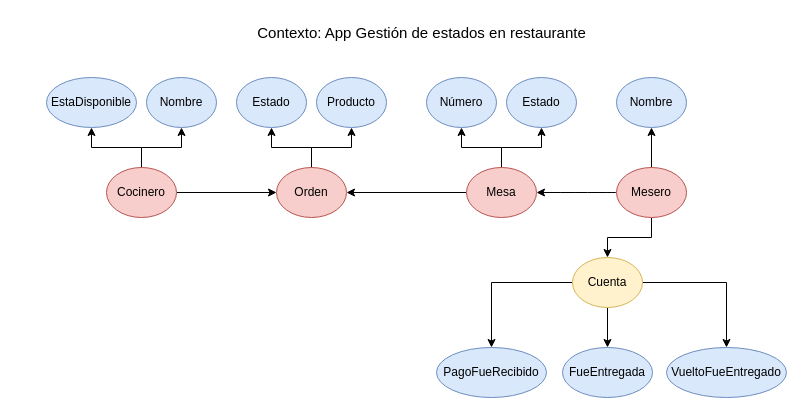
Before: page "Context" (2 of 3) of DDD Restaurante - Christian Britos.drawio in xtianbritos/C1-2023-DDD-Uruguay, a draw.io diagram. Source tidied: cells renumbered, new cells numbered last; positions are measured from the earlier drawing's top-left corner, leaving out a move shared by most shapes. Both pictures are drawn from the tidied source at 100%, with x=0, y=0 at pixel (46, 17).
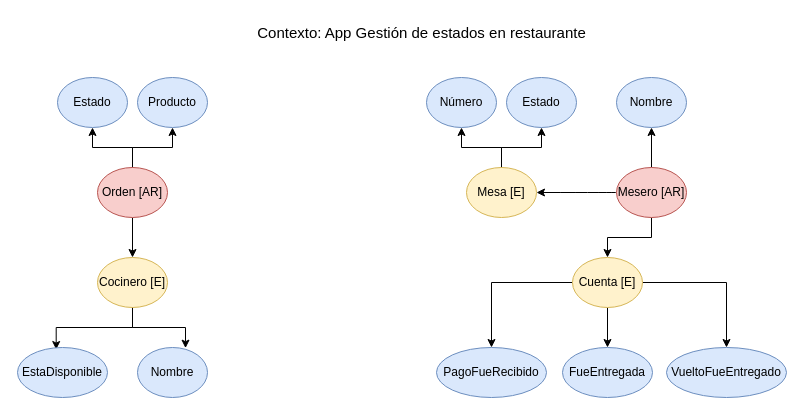
The same diagram, later.

Diff of the diagram source:
```diff
@@
+    <mxCell id="32" style="edgeStyle=orthogonalEdgeStyle;rounded=0;jettySize=auto;html=1;" parent="1" edge="1" source="6" target="22">
+      <mxGeometry relative="1" as="geometry" />
+    </mxCell>
-    <mxCell id="6" value="Orden" style="ellipse;whiteSpace=wrap;html=1;fontSize=12;fillColor=#f8cecc;strokeColor=#b85450;" parent="1" vertex="1">
-      <mxGeometry x="230" y="150" width="70" height="50" as="geometry" />
+    <mxCell id="6" value="Orden [AR]" style="ellipse;whiteSpace=wrap;html=1;fontSize=12;fillColor=#f8cecc;strokeColor=#b85450;" parent="1" vertex="1">
+      <mxGeometry x="51" y="150" width="70" height="50" as="geometry" />
     </mxCell>
@@
-    <mxCell id="9" style="edgeStyle=none;rounded=0;jettySize=auto;html=1;entryX=1;entryY=0.5;entryDx=0;entryDy=0;" parent="1" edge="1" source="10" target="6">
-      <mxGeometry relative="1" as="geometry" />
-    </mxCell>
-    <mxCell id="10" value="Mesa" style="ellipse;whiteSpace=wrap;html=1;fontSize=12;fillColor=#f8cecc;strokeColor=#b85450;" parent="1" vertex="1">
+    <mxCell id="10" value="Mesa [E]" style="ellipse;whiteSpace=wrap;html=1;fontSize=12;fillColor=#fff2cc;strokeColor=#d6b656;" parent="1" vertex="1">
       <mxGeometry x="420" y="150" width="70" height="50" as="geometry" />
     </mxCell>
@@
-    <mxCell id="14" value="Cuenta" style="ellipse;whiteSpace=wrap;html=1;fontSize=12;fillColor=#fff2cc;strokeColor=#d6b656;" parent="1" vertex="1">
+    <mxCell id="14" value="Cuenta [E]" style="ellipse;whiteSpace=wrap;html=1;fontSize=12;fillColor=#fff2cc;strokeColor=#d6b656;" parent="1" vertex="1">
       <mxGeometry x="526" y="240" width="70" height="50" as="geometry" />
     </mxCell>
@@
-    <mxCell id="18" value="Mesero" style="ellipse;whiteSpace=wrap;html=1;fontSize=12;fillColor=#f8cecc;strokeColor=#b85450;" parent="1" vertex="1">
+    <mxCell id="18" value="Mesero [AR]" style="ellipse;whiteSpace=wrap;html=1;fontSize=12;fillColor=#f8cecc;strokeColor=#b85450;" parent="1" vertex="1">
       <mxGeometry x="570" y="150" width="70" height="50" as="geometry" />
     </mxCell>
+    <mxCell id="21" style="edgeStyle=orthogonalEdgeStyle;rounded=0;jettySize=auto;html=1;entryX=0.43;entryY=0.04;entryDx=0;entryDy=0;entryPerimeter=0;" parent="1" edge="1" source="22" target="31">
+      <mxGeometry relative="1" as="geometry" />
+    </mxCell>
-    <mxCell id="19" style="edgeStyle=orthogonalEdgeStyle;rounded=0;jettySize=auto;html=1;" parent="1" edge="1" source="22" target="23">
+    <mxCell id="19" style="edgeStyle=orthogonalEdgeStyle;rounded=0;jettySize=auto;html=1;entryX=0.686;entryY=0.013;entryDx=0;entryDy=0;entryPerimeter=0;" parent="1" edge="1" source="22" target="23">
       <mxGeometry relative="1" as="geometry" />
     </mxCell>
-    <mxCell id="20" style="edgeStyle=orthogonalEdgeStyle;rounded=0;jettySize=auto;html=1;" parent="1" edge="1" source="22" target="6">
-      <mxGeometry relative="1" as="geometry" />
-    </mxCell>
-    <mxCell id="21" style="edgeStyle=orthogonalEdgeStyle;rounded=0;jettySize=auto;html=1;entryX=0.5;entryY=1;entryDx=0;entryDy=0;" parent="1" edge="1" source="22" target="31">
-      <mxGeometry relative="1" as="geometry" />
-    </mxCell>
-    <mxCell id="22" value="Cocinero" style="ellipse;whiteSpace=wrap;html=1;fontSize=12;fillColor=#f8cecc;strokeColor=#b85450;" parent="1" vertex="1">
-      <mxGeometry x="60" y="150" width="70" height="50" as="geometry" />
+    <mxCell id="22" value="Cocinero [E]" style="ellipse;whiteSpace=wrap;html=1;fontSize=12;fillColor=#fff2cc;strokeColor=#d6b656;" parent="1" vertex="1">
+      <mxGeometry x="51" y="240" width="70" height="50" as="geometry" />
     </mxCell>
     <mxCell id="23" value="Nombre" style="ellipse;whiteSpace=wrap;html=1;fontSize=12;fillColor=#dae8fc;strokeColor=#6c8ebf;" parent="1" vertex="1">
-      <mxGeometry x="100" y="60" width="70" height="50" as="geometry" />
+      <mxGeometry x="91" y="330" width="70" height="50" as="geometry" />
     </mxCell>
     <mxCell id="24" value="Estado" style="ellipse;whiteSpace=wrap;html=1;fontSize=12;fillColor=#dae8fc;strokeColor=#6c8ebf;" parent="1" vertex="1">
-      <mxGeometry x="190" y="60" width="70" height="50" as="geometry" />
+      <mxGeometry x="11" y="60" width="70" height="50" as="geometry" />
     </mxCell>
@@
     <mxCell id="29" value="Producto" style="ellipse;whiteSpace=wrap;html=1;fontSize=12;fillColor=#dae8fc;strokeColor=#6c8ebf;" parent="1" vertex="1">
-      <mxGeometry x="270" y="60" width="70" height="50" as="geometry" />
+      <mxGeometry x="91" y="60" width="70" height="50" as="geometry" />
     </mxCell>
@@
     <mxCell id="31" value="EstaDisponible" style="ellipse;whiteSpace=wrap;html=1;fontSize=12;fillColor=#dae8fc;strokeColor=#6c8ebf;" parent="1" vertex="1">
-      <mxGeometry y="60" width="90" height="50" as="geometry" />
+      <mxGeometry x="-29" y="330" width="90" height="50" as="geometry" />
     </mxCell>
```
